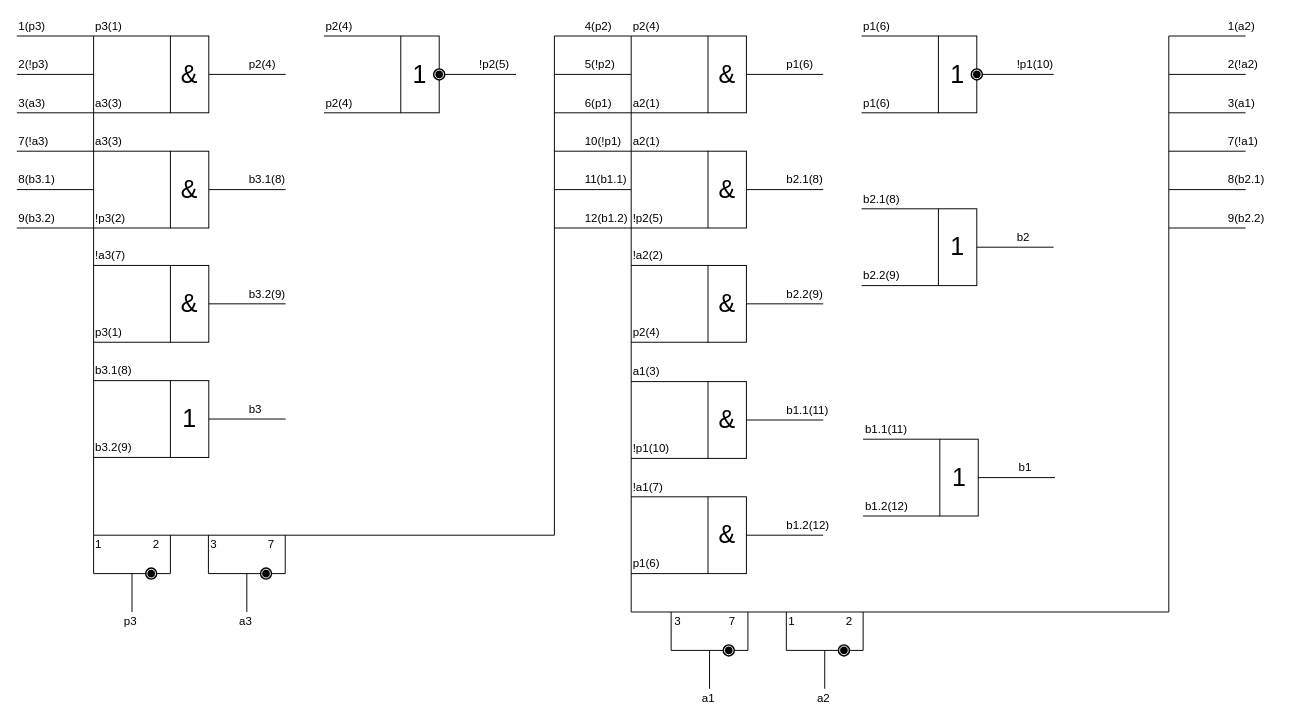
The draw.io diagram counter.drawio in nayutalienx/digital_circuits, before the edit. Source tidied: cells renumbered, new cells numbered last; positions are measured from the earlier drawing's top-left corner, leaving out a move shared by most shapes. Both pictures are drawn from the tidied source at 96%, with x=0, y=0 at pixel (16, 16).
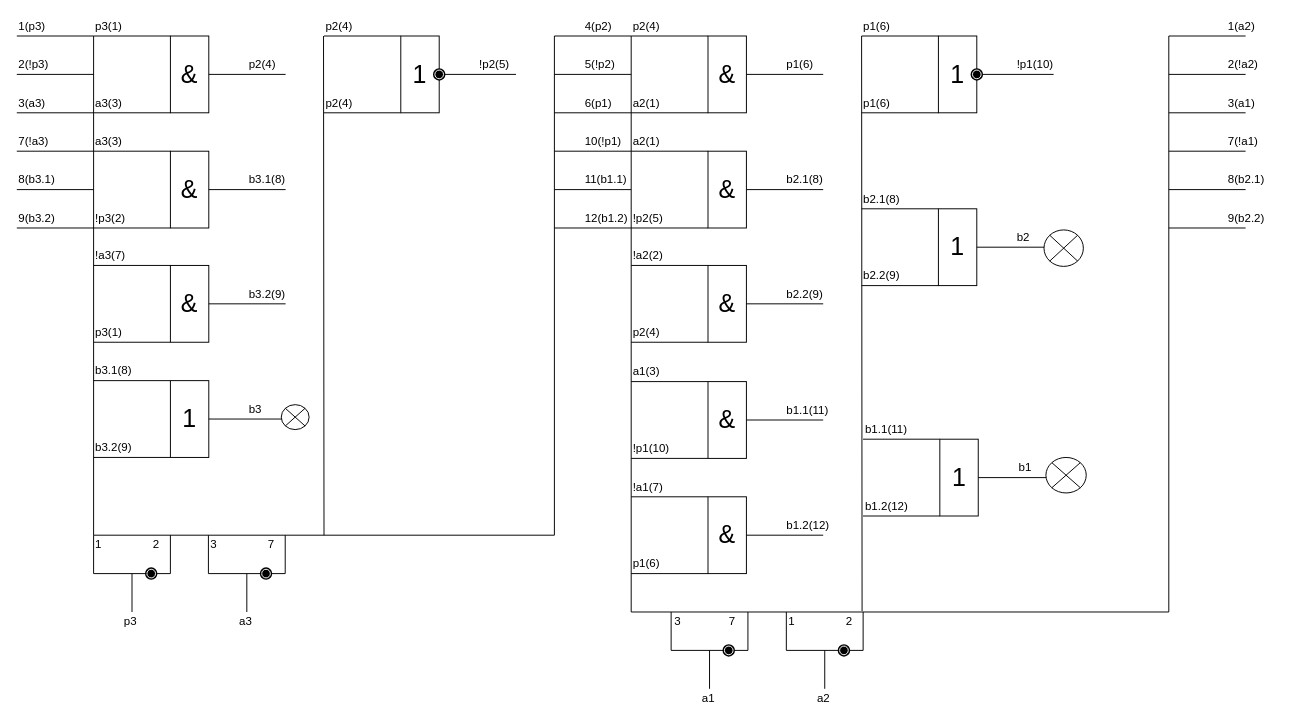
After the change.

The edit, as a diff of the source:
```diff
@@
-<mxGraphModel background="#ffffff">
+<mxGraphModel>
@@
+    <mxCell id="175" style="endArrow=none;html=1;" parent="1" edge="1">
+      <mxGeometry relative="1" as="geometry">
+        <mxPoint x="320" y="540" as="sourcePoint" />
+        <mxPoint x="319.5" y="20" as="targetPoint" />
+      </mxGeometry>
+    </mxCell>
+    <mxCell id="176" style="endArrow=none;html=1;" parent="1" edge="1">
+      <mxGeometry relative="1" as="geometry">
+        <mxPoint x="880.5" y="619" as="sourcePoint" />
+        <mxPoint x="880" y="20" as="targetPoint" />
+      </mxGeometry>
+    </mxCell>
+    <mxCell id="177" style="shape=sumEllipse;perimeter=ellipsePerimeter;whiteSpace=wrap;html=1;backgroundOutline=1;" parent="1" vertex="1">
+      <mxGeometry x="1072" y="459" width="42" height="37" as="geometry" />
+    </mxCell>
+    <mxCell id="178" style="shape=sumEllipse;perimeter=ellipsePerimeter;whiteSpace=wrap;html=1;backgroundOutline=1;" parent="1" vertex="1">
+      <mxGeometry x="1070" y="222" width="41" height="38" as="geometry" />
+    </mxCell>
+    <mxCell id="179" style="shape=sumEllipse;perimeter=ellipsePerimeter;whiteSpace=wrap;html=1;backgroundOutline=1;" parent="1" vertex="1">
+      <mxGeometry x="275.5" y="404" width="29" height="26" as="geometry" />
+    </mxCell>
```
